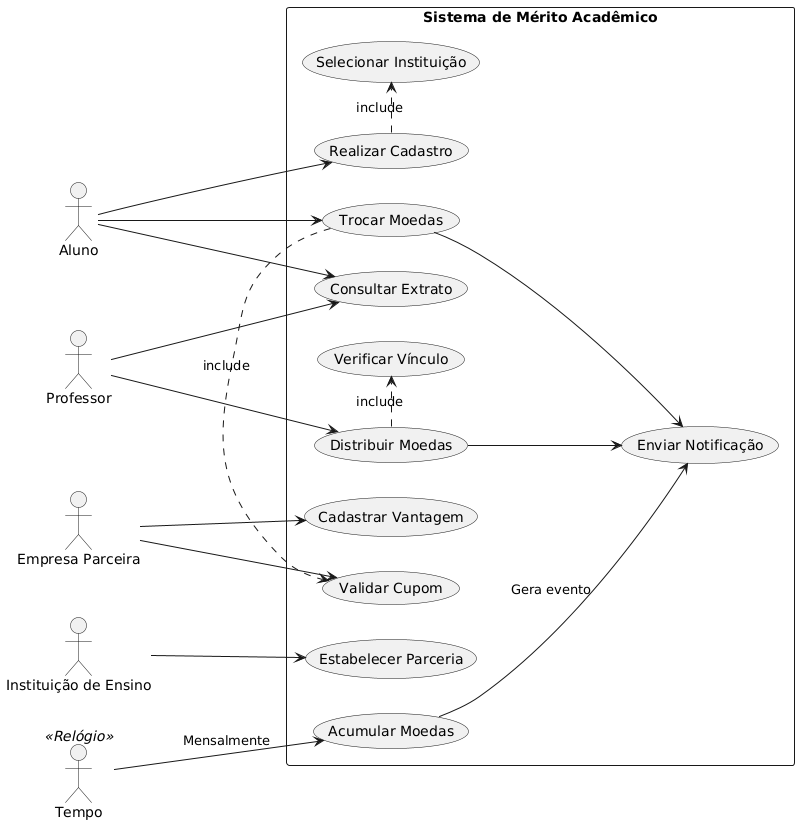
Before: project/Diagramas/Diagrama de Casos de Uso/Casos de Uso.png, a diagram exported from PlantUML (thais-reiss/Lab3-Sistema-de-moeda-estudantil).
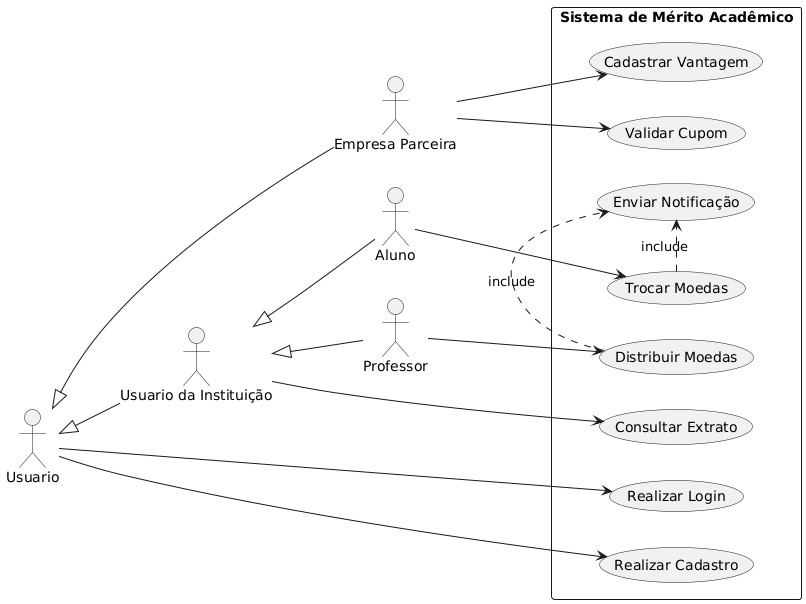
The same file after the commit.

Commit message:
Imagem dos casos de uso corrigida

The edit, as a diff of the source:
```diff
@@ -2,44 +2,41 @@
 left to right direction
 skinparam packageStyle rectangle
 
+actor Usuario
 actor Aluno
 actor Professor
 actor "Empresa Parceira" as Empresa
-actor "Instituição de Ensino" as Instituicao
-actor "Tempo" as Timer << Relógio >>
+actor "Usuario da Instituição" as UserInst
+
+Usuario  <|-- UserInst
+UserInst  <|-- Aluno
+UserInst  <|-- Professor
+Usuario  <|-- Empresa
 
 rectangle "Sistema de Mérito Acadêmico" {
+  (Realizar Login)
   (Realizar Cadastro)
   (Consultar Extrato)
   (Trocar Moedas)
   (Distribuir Moedas)
   (Cadastrar Vantagem)
   (Validar Cupom)
-  (Estabelecer Parceria)
 
-  (Acumular Moedas) as (Acumular)
   (Enviar Notificação) as (Notificar)
 
-  Aluno --> (Realizar Cadastro)
-  Aluno --> (Consultar Extrato)
+  Usuario --> (Realizar Login)
+  Usuario --> (Realizar Cadastro)
+
+  UserInst --> (Consultar Extrato)
+
   Aluno --> (Trocar Moedas)
 
   Professor --> (Distribuir Moedas)
-  Professor --> (Consultar Extrato)
 
   Empresa --> (Cadastrar Vantagem)
   Empresa --> (Validar Cupom)
 
-  Instituicao --> (Estabelecer Parceria)
-
-  Timer --> (Acumular) : Mensalmente
-
-  (Realizar Cadastro) .> (Selecionar Instituição) : «include»
-  (Distribuir Moedas) .> (Verificar Vínculo) : «include»
-  (Trocar Moedas) .> (Validar Cupom) : «include»
-
-  (Acumular) --> (Notificar) : Gera evento
-  (Distribuir Moedas) --> (Notificar)
-  (Trocar Moedas) --> (Notificar)
+  (Distribuir Moedas) .> (Notificar) : «include»
+  (Trocar Moedas) .> (Notificar) : «include»
 }
 @enduml
```
